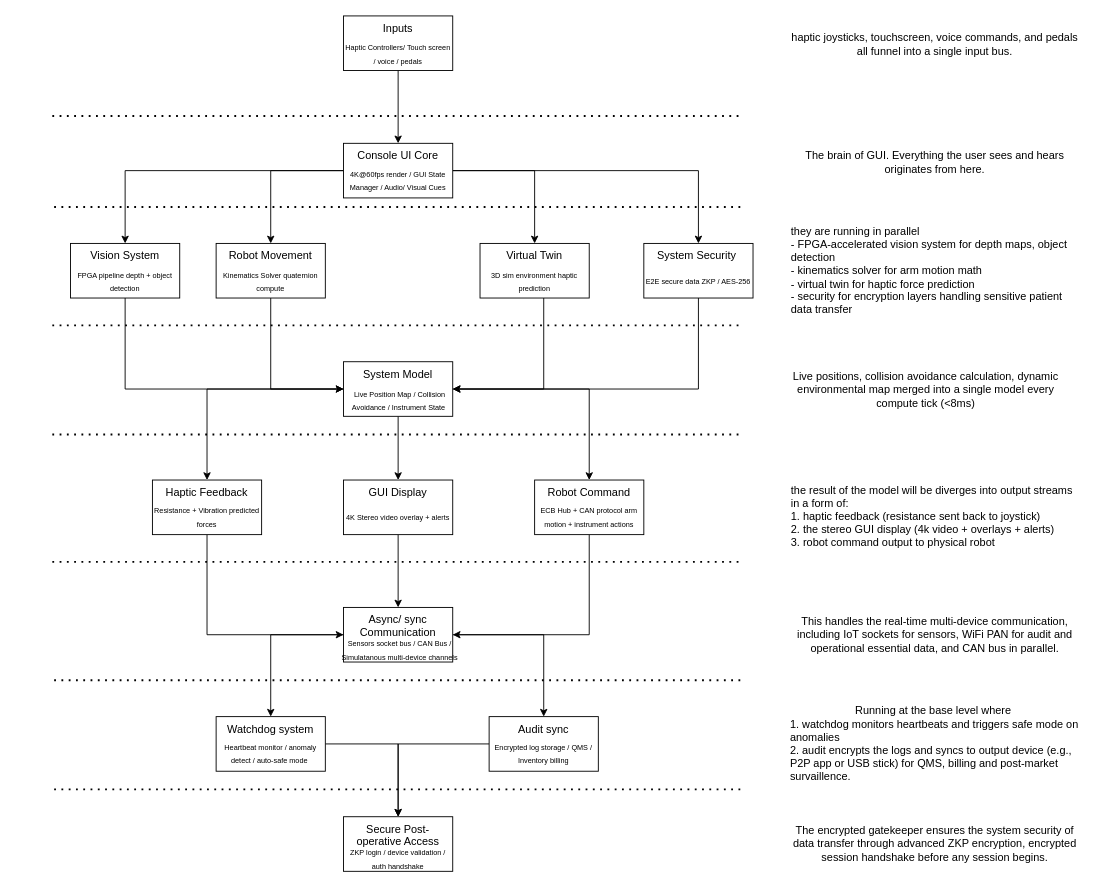
Earlier version of the draw.io diagram page "Overall" (1 of 2) of Untitled Diagram.drawio (PJPDQ/Engineering-Workflows). Source tidied: cells renumbered, new cells numbered last; positions are measured from the earlier drawing's top-left corner, leaving out a move shared by most shapes. Both pictures are drawn from the tidied source at 91%, with x=0, y=0 at pixel (52, 15).
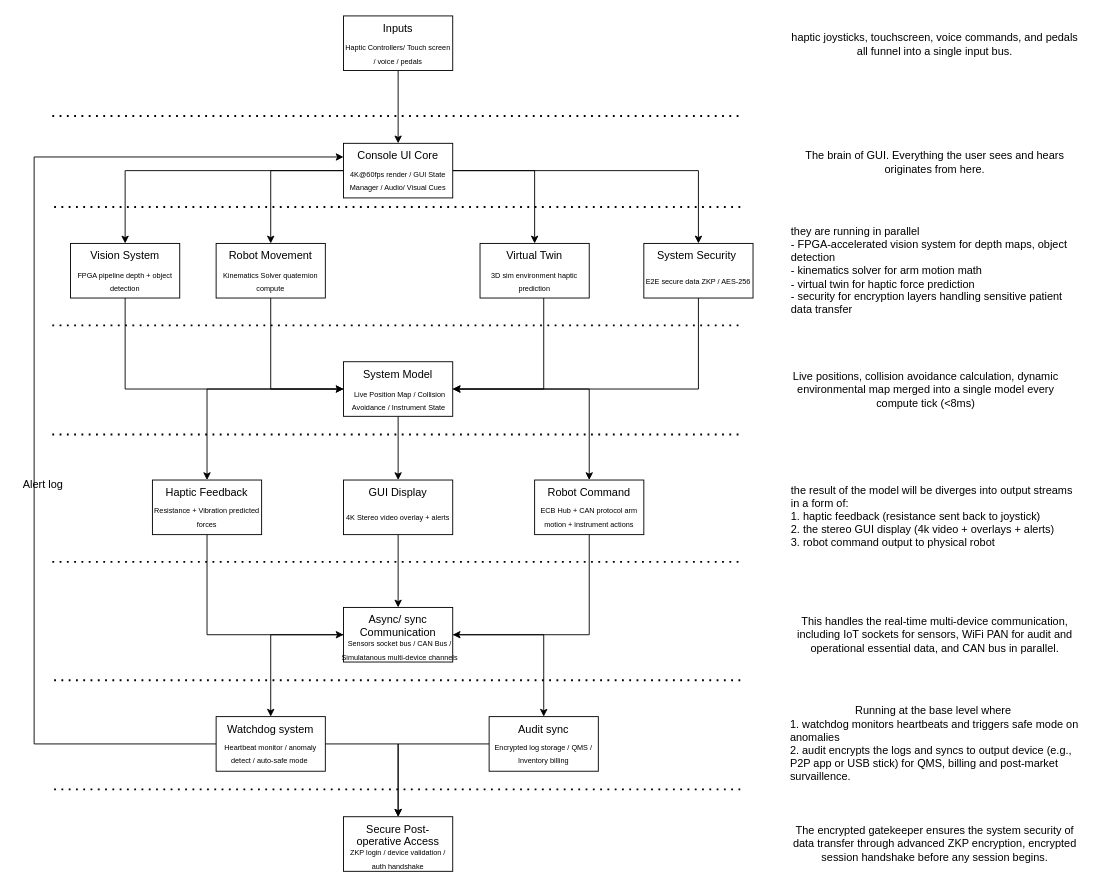
Above is the later version.

The change refers to these unchanged cells:
```xml
<mxCell id="8" value="Console UI Core" style="whiteSpace=wrap;html=1;rounded=0;verticalAlign=top;" parent="1" vertex="1">
  <mxGeometry x="320" y="140" width="120" height="60" as="geometry" />
</mxCell>
<mxCell id="31" value="Watchdog system" style="whiteSpace=wrap;html=1;rounded=0;verticalAlign=top;" parent="1" vertex="1">
  <mxGeometry x="180" y="770" width="120" height="60" as="geometry" />
</mxCell>
```

What changed in the source:
```diff
@@
+    <mxCell id="64" style="edgeStyle=orthogonalEdgeStyle;rounded=0;jettySize=auto;html=1;entryX=0;entryY=0.25;entryDx=0;entryDy=0;" parent="1" edge="1" source="31" target="8">
+      <mxGeometry relative="1" as="geometry">
+        <Array as="points">
+          <mxPoint x="-20" y="800" />
+          <mxPoint x="-20" y="155" />
+        </Array>
+      </mxGeometry>
+    </mxCell>
@@
+    <mxCell id="65" value="Alert log" style="text;html=1;whiteSpace=wrap;strokeColor=none;fillColor=none;align=center;verticalAlign=middle;rounded=0;" parent="1" vertex="1">
+      <mxGeometry x="-40" y="500" width="60" height="30" as="geometry" />
+    </mxCell>
```
